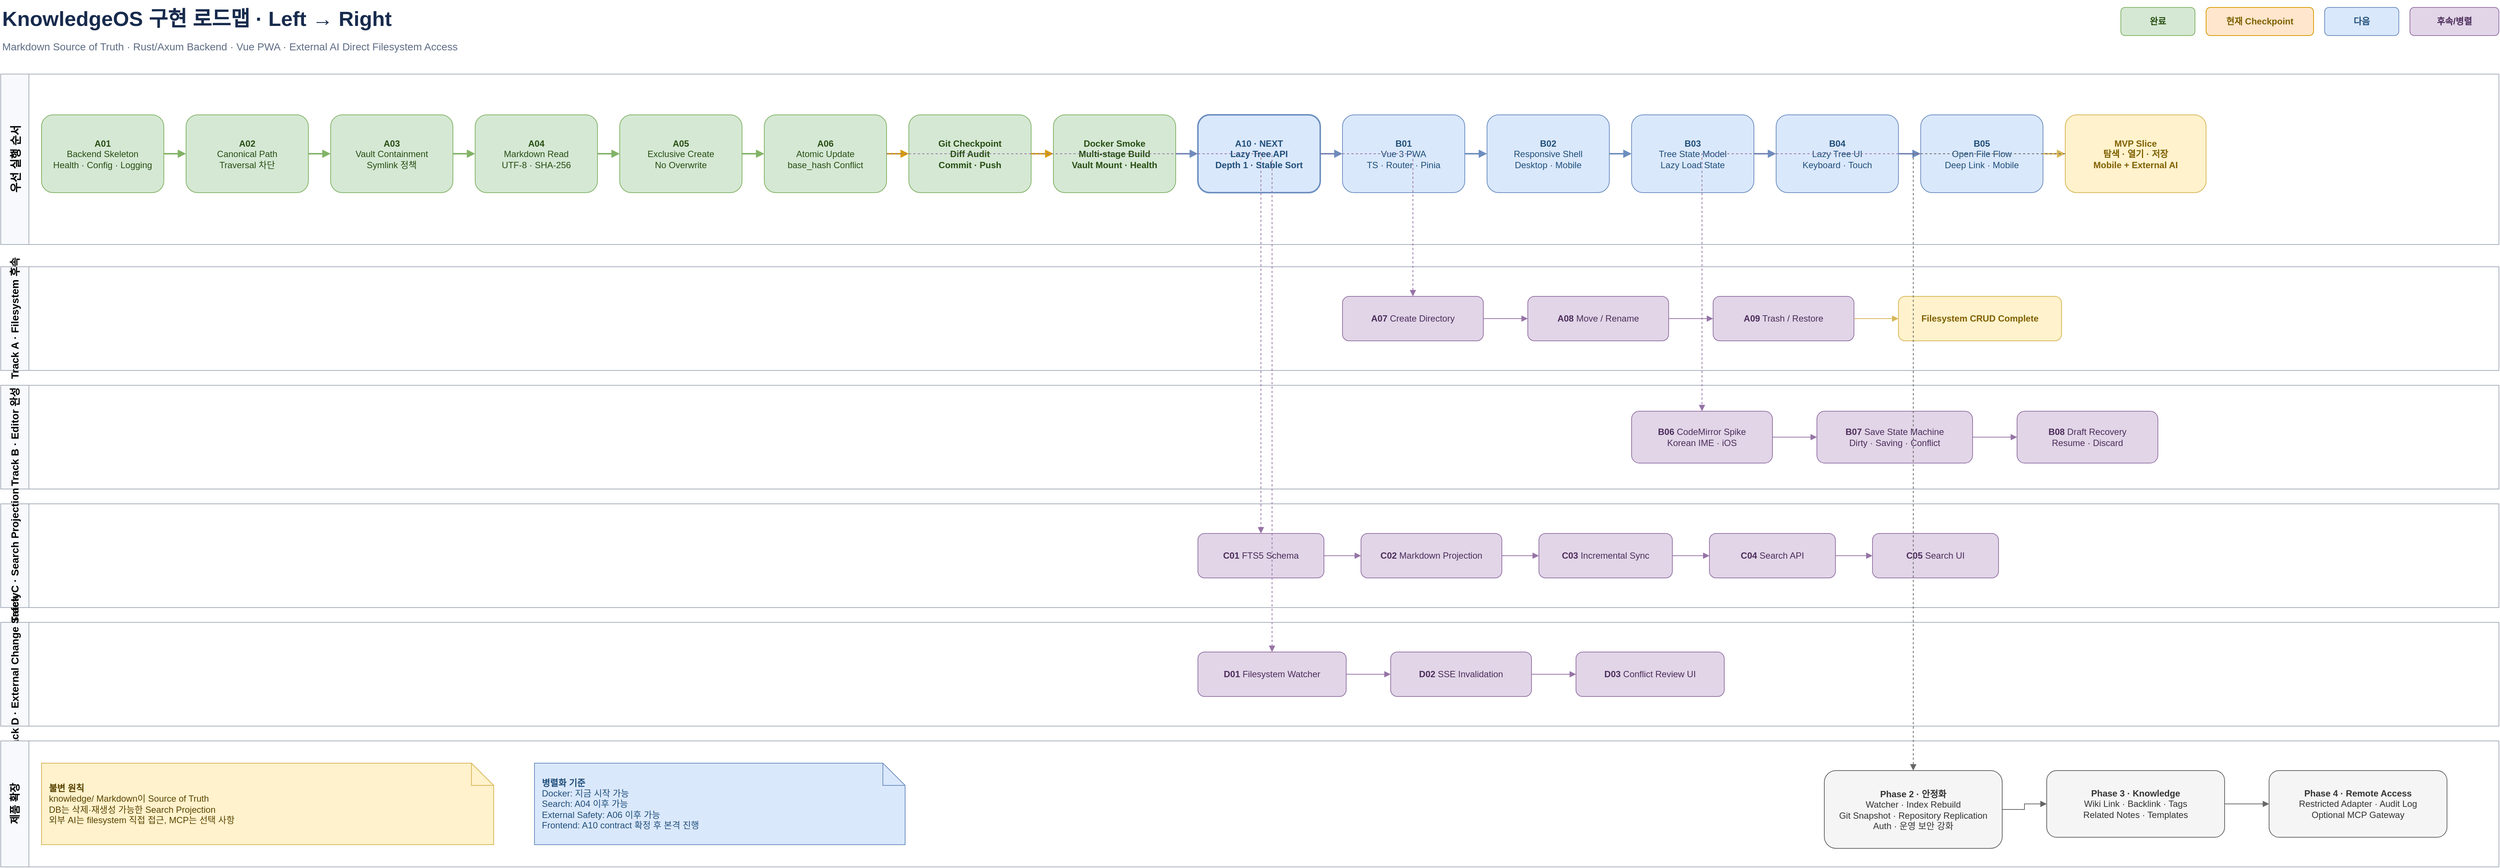
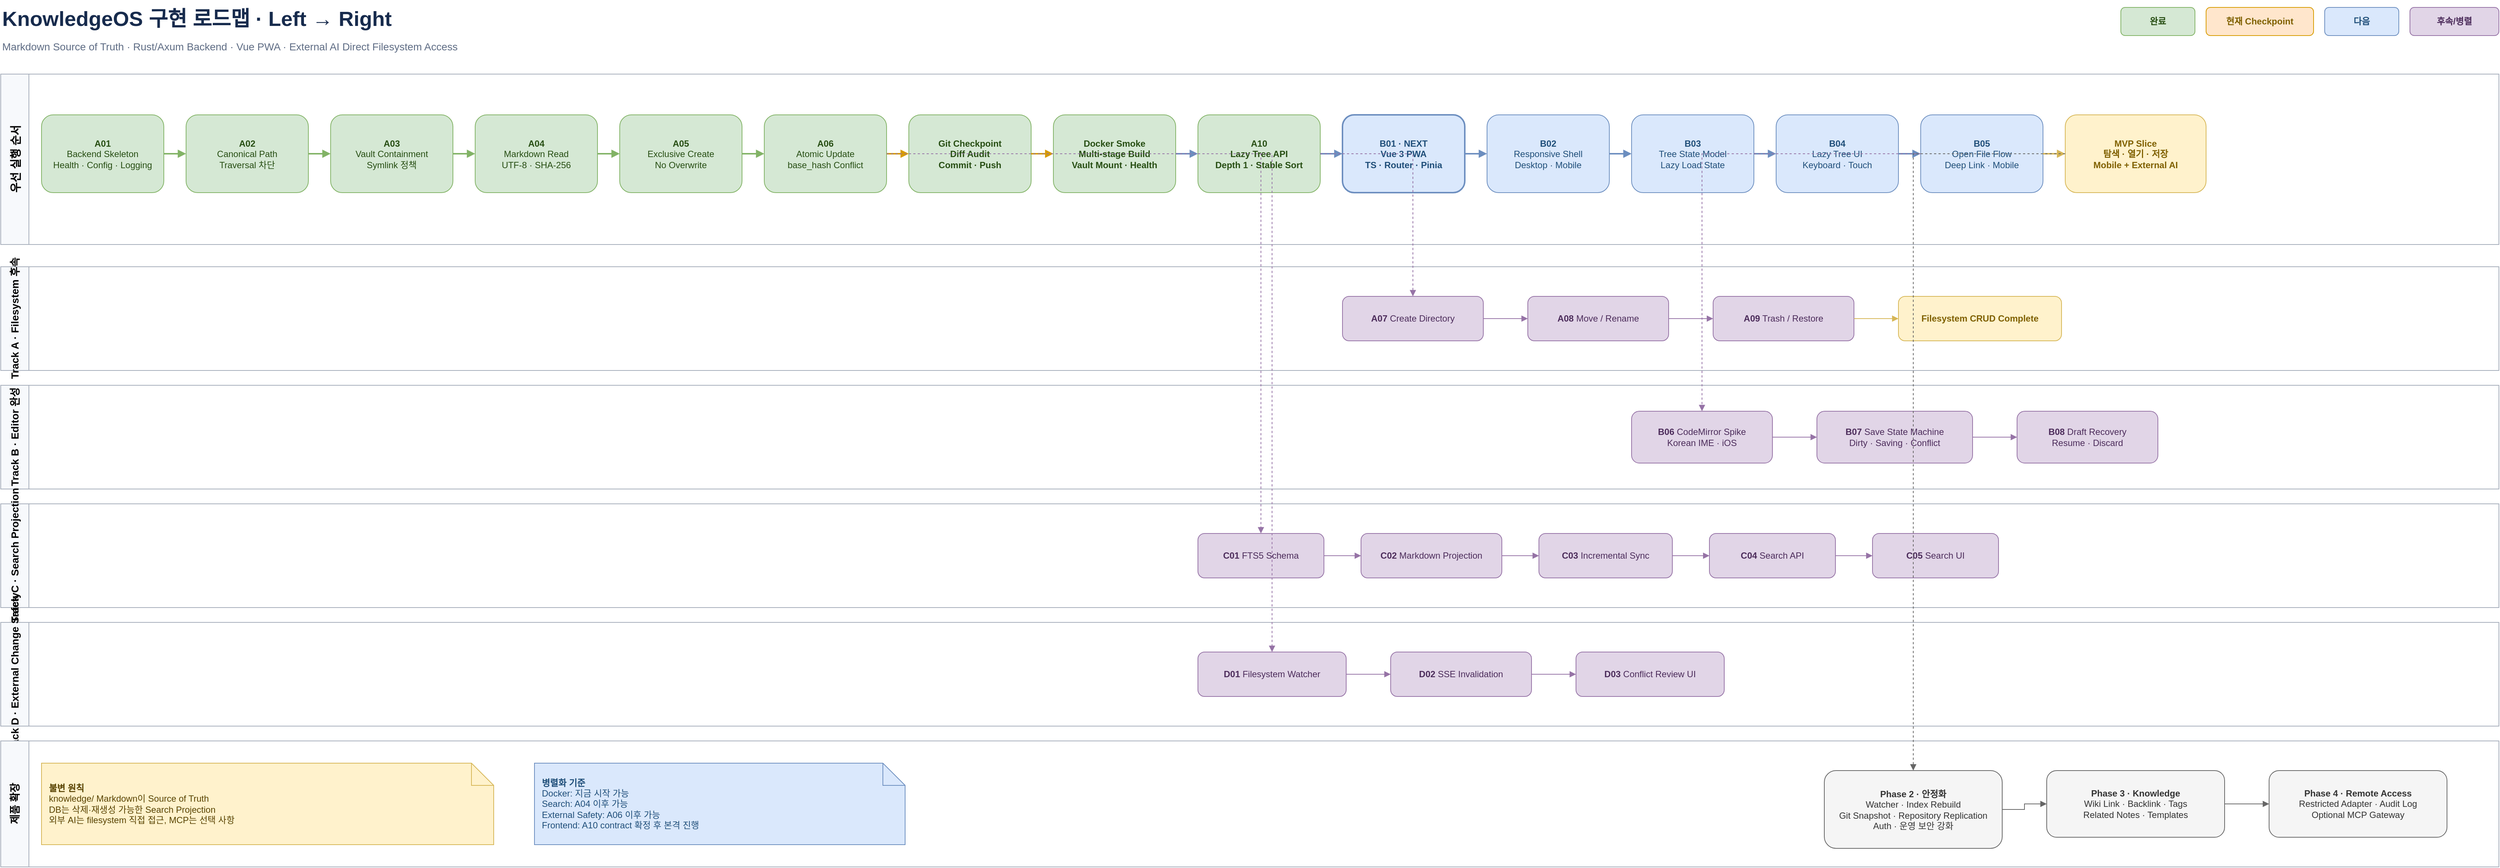
<mxfile host="app.diagrams.net" modified="2026-07-19T00:00:00.000Z" agent="KnowledgeOS" version="26.0.9" type="device">
  <diagram id="knowledgeos-roadmap" name="KnowledgeOS Roadmap">
    <mxGraphModel dx="1600" dy="900" grid="1" gridSize="10" guides="1" tooltips="1" connect="1" arrows="1" fold="1" page="1" pageScale="1" pageWidth="4000" pageHeight="1400" math="0" shadow="0">
      <root>
        <mxCell id="0"/>
        <mxCell id="1" parent="0"/>

        <mxCell id="title" value="KnowledgeOS 구현 로드맵 · Left → Right" style="text;html=1;align=left;verticalAlign=middle;fontSize=28;fontStyle=1;fontColor=#172B4D;" vertex="1" parent="1">
          <mxGeometry x="40" y="20" width="760" height="50" as="geometry"/>
        </mxCell>
        <mxCell id="subtitle" value="Markdown Source of Truth · Rust/Axum Backend · Vue PWA · External AI Direct Filesystem Access" style="text;html=1;align=left;verticalAlign=middle;fontSize=14;fontColor=#5E6C84;" vertex="1" parent="1">
          <mxGeometry x="40" y="68" width="1100" height="30" as="geometry"/>
        </mxCell>

        <mxCell id="legend_done" value="완료" style="rounded=1;whiteSpace=wrap;html=1;fillColor=#D5E8D4;strokeColor=#82B366;fontColor=#274E13;fontStyle=1;" vertex="1" parent="1">
          <mxGeometry x="2900" y="30" width="100" height="38" as="geometry"/>
        </mxCell>
        <mxCell id="legend_now" value="현재 Checkpoint" style="rounded=1;whiteSpace=wrap;html=1;fillColor=#FFE6CC;strokeColor=#D79B00;fontColor=#7F6000;fontStyle=1;" vertex="1" parent="1">
          <mxGeometry x="3015" y="30" width="145" height="38" as="geometry"/>
        </mxCell>
        <mxCell id="legend_next" value="다음" style="rounded=1;whiteSpace=wrap;html=1;fillColor=#DAE8FC;strokeColor=#6C8EBF;fontColor=#1F4E79;fontStyle=1;" vertex="1" parent="1">
          <mxGeometry x="3175" y="30" width="100" height="38" as="geometry"/>
        </mxCell>
        <mxCell id="legend_later" value="후속/병렬" style="rounded=1;whiteSpace=wrap;html=1;fillColor=#E1D5E7;strokeColor=#9673A6;fontColor=#4C2C5B;fontStyle=1;" vertex="1" parent="1">
          <mxGeometry x="3290" y="30" width="120" height="38" as="geometry"/>
        </mxCell>

        <mxCell id="lane_main" value="우선 실행 순서" style="swimlane;html=1;horizontal=0;startSize=38;fillColor=#F7F9FC;swimlaneFillColor=#FFFFFF;strokeColor=#A5ADBA;fontStyle=1;fontSize=15;" vertex="1" parent="1">
          <mxGeometry x="40" y="120" width="3370" height="230" as="geometry"/>
        </mxCell>
        <mxCell id="lane_fs" value="Track A · Filesystem 후속" style="swimlane;html=1;horizontal=0;startSize=38;fillColor=#F7F9FC;swimlaneFillColor=#FFFFFF;strokeColor=#A5ADBA;fontStyle=1;fontSize=14;" vertex="1" parent="1">
          <mxGeometry x="40" y="380" width="3370" height="140" as="geometry"/>
        </mxCell>
        <mxCell id="lane_editor" value="Track B · Editor 완성" style="swimlane;html=1;horizontal=0;startSize=38;fillColor=#F7F9FC;swimlaneFillColor=#FFFFFF;strokeColor=#A5ADBA;fontStyle=1;fontSize=14;" vertex="1" parent="1">
          <mxGeometry x="40" y="540" width="3370" height="140" as="geometry"/>
        </mxCell>
        <mxCell id="lane_search" value="Track C · Search Projection" style="swimlane;html=1;horizontal=0;startSize=38;fillColor=#F7F9FC;swimlaneFillColor=#FFFFFF;strokeColor=#A5ADBA;fontStyle=1;fontSize=14;" vertex="1" parent="1">
          <mxGeometry x="40" y="700" width="3370" height="140" as="geometry"/>
        </mxCell>
        <mxCell id="lane_external" value="Track D · External Change Safety" style="swimlane;html=1;horizontal=0;startSize=38;fillColor=#F7F9FC;swimlaneFillColor=#FFFFFF;strokeColor=#A5ADBA;fontStyle=1;fontSize=14;" vertex="1" parent="1">
          <mxGeometry x="40" y="860" width="3370" height="140" as="geometry"/>
        </mxCell>
        <mxCell id="lane_future" value="제품 확장" style="swimlane;html=1;horizontal=0;startSize=38;fillColor=#F7F9FC;swimlaneFillColor=#FFFFFF;strokeColor=#A5ADBA;fontStyle=1;fontSize=14;" vertex="1" parent="1">
          <mxGeometry x="40" y="1020" width="3370" height="170" as="geometry"/>
        </mxCell>

        <mxCell id="a01" value="&lt;b&gt;A01&lt;/b&gt;&#xa;Backend Skeleton&#xa;Health · Config · Logging" style="rounded=1;whiteSpace=wrap;html=1;fillColor=#D5E8D4;strokeColor=#82B366;fontColor=#274E13;" vertex="1" parent="1"><mxGeometry x="95" y="175" width="165" height="105" as="geometry"/></mxCell>
        <mxCell id="a02" value="&lt;b&gt;A02&lt;/b&gt;&#xa;Canonical Path&#xa;Traversal 차단" style="rounded=1;whiteSpace=wrap;html=1;fillColor=#D5E8D4;strokeColor=#82B366;fontColor=#274E13;" vertex="1" parent="1"><mxGeometry x="290" y="175" width="165" height="105" as="geometry"/></mxCell>
        <mxCell id="a03" value="&lt;b&gt;A03&lt;/b&gt;&#xa;Vault Containment&#xa;Symlink 정책" style="rounded=1;whiteSpace=wrap;html=1;fillColor=#D5E8D4;strokeColor=#82B366;fontColor=#274E13;" vertex="1" parent="1"><mxGeometry x="485" y="175" width="165" height="105" as="geometry"/></mxCell>
        <mxCell id="a04" value="&lt;b&gt;A04&lt;/b&gt;&#xa;Markdown Read&#xa;UTF-8 · SHA-256" style="rounded=1;whiteSpace=wrap;html=1;fillColor=#D5E8D4;strokeColor=#82B366;fontColor=#274E13;" vertex="1" parent="1"><mxGeometry x="680" y="175" width="165" height="105" as="geometry"/></mxCell>
        <mxCell id="a05" value="&lt;b&gt;A05&lt;/b&gt;&#xa;Exclusive Create&#xa;No Overwrite" style="rounded=1;whiteSpace=wrap;html=1;fillColor=#D5E8D4;strokeColor=#82B366;fontColor=#274E13;" vertex="1" parent="1"><mxGeometry x="875" y="175" width="165" height="105" as="geometry"/></mxCell>
        <mxCell id="a06" value="&lt;b&gt;A06&lt;/b&gt;&#xa;Atomic Update&#xa;base_hash Conflict" style="rounded=1;whiteSpace=wrap;html=1;fillColor=#D5E8D4;strokeColor=#82B366;fontColor=#274E13;" vertex="1" parent="1"><mxGeometry x="1070" y="175" width="165" height="105" as="geometry"/></mxCell>
        <mxCell id="git_checkpoint" value="&lt;b&gt;Git Checkpoint&lt;/b&gt;&#xa;Diff Audit&#xa;Commit · Push" style="rounded=1;whiteSpace=wrap;html=1;fillColor=#D5E8D4;strokeColor=#82B366;fontColor=#274E13;fontStyle=1;" vertex="1" parent="1"><mxGeometry x="1265" y="175" width="165" height="105" as="geometry"/></mxCell>
        <mxCell id="docker" value="&lt;b&gt;Docker Smoke&lt;/b&gt;&#xa;Multi-stage Build&#xa;Vault Mount · Health" style="rounded=1;whiteSpace=wrap;html=1;fillColor=#D5E8D4;strokeColor=#82B366;fontColor=#274E13;fontStyle=1;" vertex="1" parent="1"><mxGeometry x="1460" y="175" width="165" height="105" as="geometry"/></mxCell>
-         <mxCell id="a10" value="&lt;b&gt;A10 · NEXT&lt;/b&gt;&#xa;Lazy Tree API&#xa;Depth 1 · Stable Sort" style="rounded=1;whiteSpace=wrap;html=1;fillColor=#DAE8FC;strokeColor=#6C8EBF;fontColor=#1F4E79;fontStyle=1;strokeWidth=2;" vertex="1" parent="1"><mxGeometry x="1655" y="175" width="165" height="105" as="geometry"/></mxCell>
-         <mxCell id="b01" value="&lt;b&gt;B01&lt;/b&gt;&#xa;Vue 3 PWA&#xa;TS · Router · Pinia" style="rounded=1;whiteSpace=wrap;html=1;fillColor=#DAE8FC;strokeColor=#6C8EBF;fontColor=#1F4E79;" vertex="1" parent="1"><mxGeometry x="1850" y="175" width="165" height="105" as="geometry"/></mxCell>
+         <mxCell id="a10" value="&lt;b&gt;A10&lt;/b&gt;&#xa;Lazy Tree API&#xa;Depth 1 · Stable Sort" style="rounded=1;whiteSpace=wrap;html=1;fillColor=#D5E8D4;strokeColor=#82B366;fontColor=#274E13;fontStyle=1;" vertex="1" parent="1"><mxGeometry x="1655" y="175" width="165" height="105" as="geometry"/></mxCell>
+         <mxCell id="b01" value="&lt;b&gt;B01 · NEXT&lt;/b&gt;&#xa;Vue 3 PWA&#xa;TS · Router · Pinia" style="rounded=1;whiteSpace=wrap;html=1;fillColor=#DAE8FC;strokeColor=#6C8EBF;fontColor=#1F4E79;fontStyle=1;strokeWidth=2;" vertex="1" parent="1"><mxGeometry x="1850" y="175" width="165" height="105" as="geometry"/></mxCell>
        <mxCell id="b02" value="&lt;b&gt;B02&lt;/b&gt;&#xa;Responsive Shell&#xa;Desktop · Mobile" style="rounded=1;whiteSpace=wrap;html=1;fillColor=#DAE8FC;strokeColor=#6C8EBF;fontColor=#1F4E79;" vertex="1" parent="1"><mxGeometry x="2045" y="175" width="165" height="105" as="geometry"/></mxCell>
        <mxCell id="b03" value="&lt;b&gt;B03&lt;/b&gt;&#xa;Tree State Model&#xa;Lazy Load State" style="rounded=1;whiteSpace=wrap;html=1;fillColor=#DAE8FC;strokeColor=#6C8EBF;fontColor=#1F4E79;" vertex="1" parent="1"><mxGeometry x="2240" y="175" width="165" height="105" as="geometry"/></mxCell>
        <mxCell id="b04" value="&lt;b&gt;B04&lt;/b&gt;&#xa;Lazy Tree UI&#xa;Keyboard · Touch" style="rounded=1;whiteSpace=wrap;html=1;fillColor=#DAE8FC;strokeColor=#6C8EBF;fontColor=#1F4E79;" vertex="1" parent="1"><mxGeometry x="2435" y="175" width="165" height="105" as="geometry"/></mxCell>
        <mxCell id="b05" value="&lt;b&gt;B05&lt;/b&gt;&#xa;Open File Flow&#xa;Deep Link · Mobile" style="rounded=1;whiteSpace=wrap;html=1;fillColor=#DAE8FC;strokeColor=#6C8EBF;fontColor=#1F4E79;" vertex="1" parent="1"><mxGeometry x="2630" y="175" width="165" height="105" as="geometry"/></mxCell>
        <mxCell id="mvp_slice" value="&lt;b&gt;MVP Slice&lt;/b&gt;&#xa;탐색 · 열기 · 저장&#xa;Mobile + External AI" style="rounded=1;whiteSpace=wrap;html=1;fillColor=#FFF2CC;strokeColor=#D6B656;fontColor=#7F6000;fontStyle=1;" vertex="1" parent="1"><mxGeometry x="2825" y="175" width="190" height="105" as="geometry"/></mxCell>

        <mxCell id="a07" value="&lt;b&gt;A07&lt;/b&gt; Create Directory" style="rounded=1;whiteSpace=wrap;html=1;fillColor=#E1D5E7;strokeColor=#9673A6;fontColor=#4C2C5B;" vertex="1" parent="1"><mxGeometry x="1850" y="420" width="190" height="60" as="geometry"/></mxCell>
        <mxCell id="a08" value="&lt;b&gt;A08&lt;/b&gt; Move / Rename" style="rounded=1;whiteSpace=wrap;html=1;fillColor=#E1D5E7;strokeColor=#9673A6;fontColor=#4C2C5B;" vertex="1" parent="1"><mxGeometry x="2100" y="420" width="190" height="60" as="geometry"/></mxCell>
        <mxCell id="a09" value="&lt;b&gt;A09&lt;/b&gt; Trash / Restore" style="rounded=1;whiteSpace=wrap;html=1;fillColor=#E1D5E7;strokeColor=#9673A6;fontColor=#4C2C5B;" vertex="1" parent="1"><mxGeometry x="2350" y="420" width="190" height="60" as="geometry"/></mxCell>
        <mxCell id="fs_complete" value="Filesystem CRUD Complete" style="rounded=1;whiteSpace=wrap;html=1;fillColor=#FFF2CC;strokeColor=#D6B656;fontColor=#7F6000;fontStyle=1;" vertex="1" parent="1"><mxGeometry x="2600" y="420" width="220" height="60" as="geometry"/></mxCell>

        <mxCell id="b06" value="&lt;b&gt;B06&lt;/b&gt; CodeMirror Spike&#xa;Korean IME · iOS" style="rounded=1;whiteSpace=wrap;html=1;fillColor=#E1D5E7;strokeColor=#9673A6;fontColor=#4C2C5B;" vertex="1" parent="1"><mxGeometry x="2240" y="575" width="190" height="70" as="geometry"/></mxCell>
        <mxCell id="b07" value="&lt;b&gt;B07&lt;/b&gt; Save State Machine&#xa;Dirty · Saving · Conflict" style="rounded=1;whiteSpace=wrap;html=1;fillColor=#E1D5E7;strokeColor=#9673A6;fontColor=#4C2C5B;" vertex="1" parent="1"><mxGeometry x="2490" y="575" width="210" height="70" as="geometry"/></mxCell>
        <mxCell id="b08" value="&lt;b&gt;B08&lt;/b&gt; Draft Recovery&#xa;Resume · Discard" style="rounded=1;whiteSpace=wrap;html=1;fillColor=#E1D5E7;strokeColor=#9673A6;fontColor=#4C2C5B;" vertex="1" parent="1"><mxGeometry x="2760" y="575" width="190" height="70" as="geometry"/></mxCell>

        <mxCell id="c01" value="&lt;b&gt;C01&lt;/b&gt; FTS5 Schema" style="rounded=1;whiteSpace=wrap;html=1;fillColor=#E1D5E7;strokeColor=#9673A6;fontColor=#4C2C5B;" vertex="1" parent="1"><mxGeometry x="1655" y="740" width="170" height="60" as="geometry"/></mxCell>
        <mxCell id="c02" value="&lt;b&gt;C02&lt;/b&gt; Markdown Projection" style="rounded=1;whiteSpace=wrap;html=1;fillColor=#E1D5E7;strokeColor=#9673A6;fontColor=#4C2C5B;" vertex="1" parent="1"><mxGeometry x="1875" y="740" width="190" height="60" as="geometry"/></mxCell>
        <mxCell id="c03" value="&lt;b&gt;C03&lt;/b&gt; Incremental Sync" style="rounded=1;whiteSpace=wrap;html=1;fillColor=#E1D5E7;strokeColor=#9673A6;fontColor=#4C2C5B;" vertex="1" parent="1"><mxGeometry x="2115" y="740" width="180" height="60" as="geometry"/></mxCell>
        <mxCell id="c04" value="&lt;b&gt;C04&lt;/b&gt; Search API" style="rounded=1;whiteSpace=wrap;html=1;fillColor=#E1D5E7;strokeColor=#9673A6;fontColor=#4C2C5B;" vertex="1" parent="1"><mxGeometry x="2345" y="740" width="170" height="60" as="geometry"/></mxCell>
        <mxCell id="c05" value="&lt;b&gt;C05&lt;/b&gt; Search UI" style="rounded=1;whiteSpace=wrap;html=1;fillColor=#E1D5E7;strokeColor=#9673A6;fontColor=#4C2C5B;" vertex="1" parent="1"><mxGeometry x="2565" y="740" width="170" height="60" as="geometry"/></mxCell>

        <mxCell id="d01" value="&lt;b&gt;D01&lt;/b&gt; Filesystem Watcher" style="rounded=1;whiteSpace=wrap;html=1;fillColor=#E1D5E7;strokeColor=#9673A6;fontColor=#4C2C5B;" vertex="1" parent="1"><mxGeometry x="1655" y="900" width="200" height="60" as="geometry"/></mxCell>
        <mxCell id="d02" value="&lt;b&gt;D02&lt;/b&gt; SSE Invalidation" style="rounded=1;whiteSpace=wrap;html=1;fillColor=#E1D5E7;strokeColor=#9673A6;fontColor=#4C2C5B;" vertex="1" parent="1"><mxGeometry x="1915" y="900" width="190" height="60" as="geometry"/></mxCell>
        <mxCell id="d03" value="&lt;b&gt;D03&lt;/b&gt; Conflict Review UI" style="rounded=1;whiteSpace=wrap;html=1;fillColor=#E1D5E7;strokeColor=#9673A6;fontColor=#4C2C5B;" vertex="1" parent="1"><mxGeometry x="2165" y="900" width="200" height="60" as="geometry"/></mxCell>

        <mxCell id="phase2" value="&lt;b&gt;Phase 2 · 안정화&lt;/b&gt;&#xa;Watcher · Index Rebuild&#xa;Git Snapshot · Repository Replication&#xa;Auth · 운영 보안 강화" style="rounded=1;whiteSpace=wrap;html=1;fillColor=#F5F5F5;strokeColor=#666666;fontColor=#333333;" vertex="1" parent="1"><mxGeometry x="2500" y="1060" width="240" height="105" as="geometry"/></mxCell>
        <mxCell id="phase3" value="&lt;b&gt;Phase 3 · Knowledge&lt;/b&gt;&#xa;Wiki Link · Backlink · Tags&#xa;Related Notes · Templates" style="rounded=1;whiteSpace=wrap;html=1;fillColor=#F5F5F5;strokeColor=#666666;fontColor=#333333;" vertex="1" parent="1"><mxGeometry x="2800" y="1060" width="240" height="90" as="geometry"/></mxCell>
        <mxCell id="phase4" value="&lt;b&gt;Phase 4 · Remote Access&lt;/b&gt;&#xa;Restricted Adapter · Audit Log&#xa;Optional MCP Gateway" style="rounded=1;whiteSpace=wrap;html=1;fillColor=#F5F5F5;strokeColor=#666666;fontColor=#333333;" vertex="1" parent="1"><mxGeometry x="3100" y="1060" width="240" height="90" as="geometry"/></mxCell>

        <mxCell id="note_source" value="&lt;b&gt;불변 원칙&lt;/b&gt;&#xa;knowledge/ Markdown이 Source of Truth&#xa;DB는 삭제·재생성 가능한 Search Projection&#xa;외부 AI는 filesystem 직접 접근, MCP는 선택 사항" style="shape=note;whiteSpace=wrap;html=1;fillColor=#FFF2CC;strokeColor=#D6B656;fontColor=#594300;align=left;spacing=10;" vertex="1" parent="1"><mxGeometry x="95" y="1050" width="610" height="110" as="geometry"/></mxCell>
        <mxCell id="note_parallel" value="&lt;b&gt;병렬화 기준&lt;/b&gt;&#xa;Docker: 지금 시작 가능&#xa;Search: A04 이후 가능&#xa;External Safety: A06 이후 가능&#xa;Frontend: A10 contract 확정 후 본격 진행" style="shape=note;whiteSpace=wrap;html=1;fillColor=#DAE8FC;strokeColor=#6C8EBF;fontColor=#1F4E79;align=left;spacing=10;" vertex="1" parent="1"><mxGeometry x="760" y="1050" width="500" height="110" as="geometry"/></mxCell>

        <mxCell id="e_a01_a02" style="edgeStyle=orthogonalEdgeStyle;rounded=0;orthogonalLoop=1;jettySize=auto;html=1;endArrow=block;strokeColor=#82B366;strokeWidth=2;" edge="1" parent="1" source="a01" target="a02"><mxGeometry relative="1" as="geometry"/></mxCell>
        <mxCell id="e_a02_a03" style="edgeStyle=orthogonalEdgeStyle;rounded=0;orthogonalLoop=1;jettySize=auto;html=1;endArrow=block;strokeColor=#82B366;strokeWidth=2;" edge="1" parent="1" source="a02" target="a03"><mxGeometry relative="1" as="geometry"/></mxCell>
        <mxCell id="e_a03_a04" style="edgeStyle=orthogonalEdgeStyle;rounded=0;orthogonalLoop=1;jettySize=auto;html=1;endArrow=block;strokeColor=#82B366;strokeWidth=2;" edge="1" parent="1" source="a03" target="a04"><mxGeometry relative="1" as="geometry"/></mxCell>
        <mxCell id="e_a04_a05" style="edgeStyle=orthogonalEdgeStyle;rounded=0;orthogonalLoop=1;jettySize=auto;html=1;endArrow=block;strokeColor=#82B366;strokeWidth=2;" edge="1" parent="1" source="a04" target="a05"><mxGeometry relative="1" as="geometry"/></mxCell>
        <mxCell id="e_a05_a06" style="edgeStyle=orthogonalEdgeStyle;rounded=0;orthogonalLoop=1;jettySize=auto;html=1;endArrow=block;strokeColor=#82B366;strokeWidth=2;" edge="1" parent="1" source="a05" target="a06"><mxGeometry relative="1" as="geometry"/></mxCell>
        <mxCell id="e_a06_git" style="edgeStyle=orthogonalEdgeStyle;rounded=0;orthogonalLoop=1;jettySize=auto;html=1;endArrow=block;strokeColor=#D79B00;strokeWidth=2;" edge="1" parent="1" source="a06" target="git_checkpoint"><mxGeometry relative="1" as="geometry"/></mxCell>
        <mxCell id="e_git_docker" style="edgeStyle=orthogonalEdgeStyle;rounded=0;orthogonalLoop=1;jettySize=auto;html=1;endArrow=block;strokeColor=#D79B00;strokeWidth=2;" edge="1" parent="1" source="git_checkpoint" target="docker"><mxGeometry relative="1" as="geometry"/></mxCell>
        <mxCell id="e_docker_a10" style="edgeStyle=orthogonalEdgeStyle;rounded=0;orthogonalLoop=1;jettySize=auto;html=1;endArrow=block;strokeColor=#6C8EBF;strokeWidth=2;" edge="1" parent="1" source="docker" target="a10"><mxGeometry relative="1" as="geometry"/></mxCell>
        <mxCell id="e_a10_b01" style="edgeStyle=orthogonalEdgeStyle;rounded=0;orthogonalLoop=1;jettySize=auto;html=1;endArrow=block;strokeColor=#6C8EBF;strokeWidth=2;" edge="1" parent="1" source="a10" target="b01"><mxGeometry relative="1" as="geometry"/></mxCell>
        <mxCell id="e_b01_b02" style="edgeStyle=orthogonalEdgeStyle;rounded=0;orthogonalLoop=1;jettySize=auto;html=1;endArrow=block;strokeColor=#6C8EBF;strokeWidth=2;" edge="1" parent="1" source="b01" target="b02"><mxGeometry relative="1" as="geometry"/></mxCell>
        <mxCell id="e_b02_b03" style="edgeStyle=orthogonalEdgeStyle;rounded=0;orthogonalLoop=1;jettySize=auto;html=1;endArrow=block;strokeColor=#6C8EBF;strokeWidth=2;" edge="1" parent="1" source="b02" target="b03"><mxGeometry relative="1" as="geometry"/></mxCell>
        <mxCell id="e_b03_b04" style="edgeStyle=orthogonalEdgeStyle;rounded=0;orthogonalLoop=1;jettySize=auto;html=1;endArrow=block;strokeColor=#6C8EBF;strokeWidth=2;" edge="1" parent="1" source="b03" target="b04"><mxGeometry relative="1" as="geometry"/></mxCell>
        <mxCell id="e_b04_b05" style="edgeStyle=orthogonalEdgeStyle;rounded=0;orthogonalLoop=1;jettySize=auto;html=1;endArrow=block;strokeColor=#6C8EBF;strokeWidth=2;" edge="1" parent="1" source="b04" target="b05"><mxGeometry relative="1" as="geometry"/></mxCell>
        <mxCell id="e_b05_mvp" style="edgeStyle=orthogonalEdgeStyle;rounded=0;orthogonalLoop=1;jettySize=auto;html=1;endArrow=block;strokeColor=#D6B656;strokeWidth=2;" edge="1" parent="1" source="b05" target="mvp_slice"><mxGeometry relative="1" as="geometry"/></mxCell>

        <mxCell id="e_a10_a07" style="edgeStyle=orthogonalEdgeStyle;rounded=0;orthogonalLoop=1;jettySize=auto;html=1;endArrow=block;dashed=1;strokeColor=#9673A6;" edge="1" parent="1" source="a10" target="a07"><mxGeometry relative="1" as="geometry"/></mxCell>
        <mxCell id="e_a07_a08" style="edgeStyle=orthogonalEdgeStyle;rounded=0;html=1;endArrow=block;strokeColor=#9673A6;" edge="1" parent="1" source="a07" target="a08"><mxGeometry relative="1" as="geometry"/></mxCell>
        <mxCell id="e_a08_a09" style="edgeStyle=orthogonalEdgeStyle;rounded=0;html=1;endArrow=block;strokeColor=#9673A6;" edge="1" parent="1" source="a08" target="a09"><mxGeometry relative="1" as="geometry"/></mxCell>
        <mxCell id="e_a09_fs" style="edgeStyle=orthogonalEdgeStyle;rounded=0;html=1;endArrow=block;strokeColor=#D6B656;" edge="1" parent="1" source="a09" target="fs_complete"><mxGeometry relative="1" as="geometry"/></mxCell>

        <mxCell id="e_b05_b06" style="edgeStyle=orthogonalEdgeStyle;rounded=0;html=1;endArrow=block;dashed=1;strokeColor=#9673A6;" edge="1" parent="1" source="b05" target="b06"><mxGeometry relative="1" as="geometry"/></mxCell>
        <mxCell id="e_b06_b07" style="edgeStyle=orthogonalEdgeStyle;rounded=0;html=1;endArrow=block;strokeColor=#9673A6;" edge="1" parent="1" source="b06" target="b07"><mxGeometry relative="1" as="geometry"/></mxCell>
        <mxCell id="e_b07_b08" style="edgeStyle=orthogonalEdgeStyle;rounded=0;html=1;endArrow=block;strokeColor=#9673A6;" edge="1" parent="1" source="b07" target="b08"><mxGeometry relative="1" as="geometry"/></mxCell>

        <mxCell id="e_docker_c01" style="edgeStyle=orthogonalEdgeStyle;rounded=0;html=1;endArrow=block;dashed=1;strokeColor=#9673A6;" edge="1" parent="1" source="docker" target="c01"><mxGeometry relative="1" as="geometry"/></mxCell>
        <mxCell id="e_c01_c02" style="edgeStyle=orthogonalEdgeStyle;rounded=0;html=1;endArrow=block;strokeColor=#9673A6;" edge="1" parent="1" source="c01" target="c02"><mxGeometry relative="1" as="geometry"/></mxCell>
        <mxCell id="e_c02_c03" style="edgeStyle=orthogonalEdgeStyle;rounded=0;html=1;endArrow=block;strokeColor=#9673A6;" edge="1" parent="1" source="c02" target="c03"><mxGeometry relative="1" as="geometry"/></mxCell>
        <mxCell id="e_c03_c04" style="edgeStyle=orthogonalEdgeStyle;rounded=0;html=1;endArrow=block;strokeColor=#9673A6;" edge="1" parent="1" source="c03" target="c04"><mxGeometry relative="1" as="geometry"/></mxCell>
        <mxCell id="e_c04_c05" style="edgeStyle=orthogonalEdgeStyle;rounded=0;html=1;endArrow=block;strokeColor=#9673A6;" edge="1" parent="1" source="c04" target="c05"><mxGeometry relative="1" as="geometry"/></mxCell>

        <mxCell id="e_a06_d01" style="edgeStyle=orthogonalEdgeStyle;rounded=0;html=1;endArrow=block;dashed=1;strokeColor=#9673A6;" edge="1" parent="1" source="a06" target="d01"><mxGeometry relative="1" as="geometry"/></mxCell>
        <mxCell id="e_d01_d02" style="edgeStyle=orthogonalEdgeStyle;rounded=0;html=1;endArrow=block;strokeColor=#9673A6;" edge="1" parent="1" source="d01" target="d02"><mxGeometry relative="1" as="geometry"/></mxCell>
        <mxCell id="e_d02_d03" style="edgeStyle=orthogonalEdgeStyle;rounded=0;html=1;endArrow=block;strokeColor=#9673A6;" edge="1" parent="1" source="d02" target="d03"><mxGeometry relative="1" as="geometry"/></mxCell>

        <mxCell id="e_mvp_phase2" style="edgeStyle=orthogonalEdgeStyle;rounded=0;html=1;endArrow=block;dashed=1;strokeColor=#666666;" edge="1" parent="1" source="mvp_slice" target="phase2"><mxGeometry relative="1" as="geometry"/></mxCell>
        <mxCell id="e_phase2_phase3" style="edgeStyle=orthogonalEdgeStyle;rounded=0;html=1;endArrow=block;strokeColor=#666666;" edge="1" parent="1" source="phase2" target="phase3"><mxGeometry relative="1" as="geometry"/></mxCell>
        <mxCell id="e_phase3_phase4" style="edgeStyle=orthogonalEdgeStyle;rounded=0;html=1;endArrow=block;strokeColor=#666666;" edge="1" parent="1" source="phase3" target="phase4"><mxGeometry relative="1" as="geometry"/></mxCell>
      </root>
    </mxGraphModel>
  </diagram>
</mxfile>
